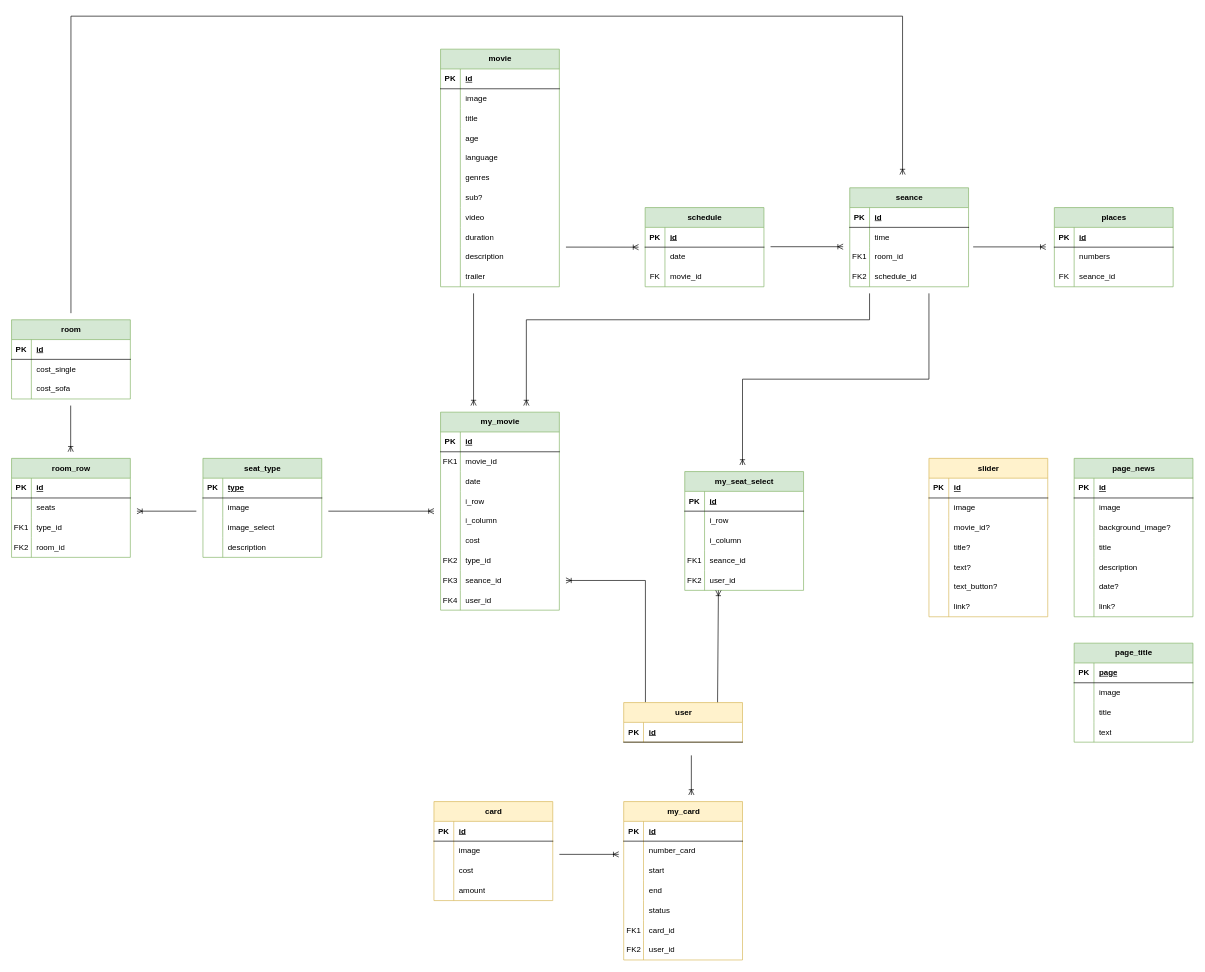
Above: backend/Диаграмма классов.drawio in DeeMooR/Silver-Screen (draw.io), before the change. Source tidied: cells renumbered, new cells numbered last; positions are measured from the earlier drawing's top-left corner, leaving out a move shared by most shapes. Both pictures are drawn from the tidied source at 66%, with x=0, y=0 at pixel (11, 16).
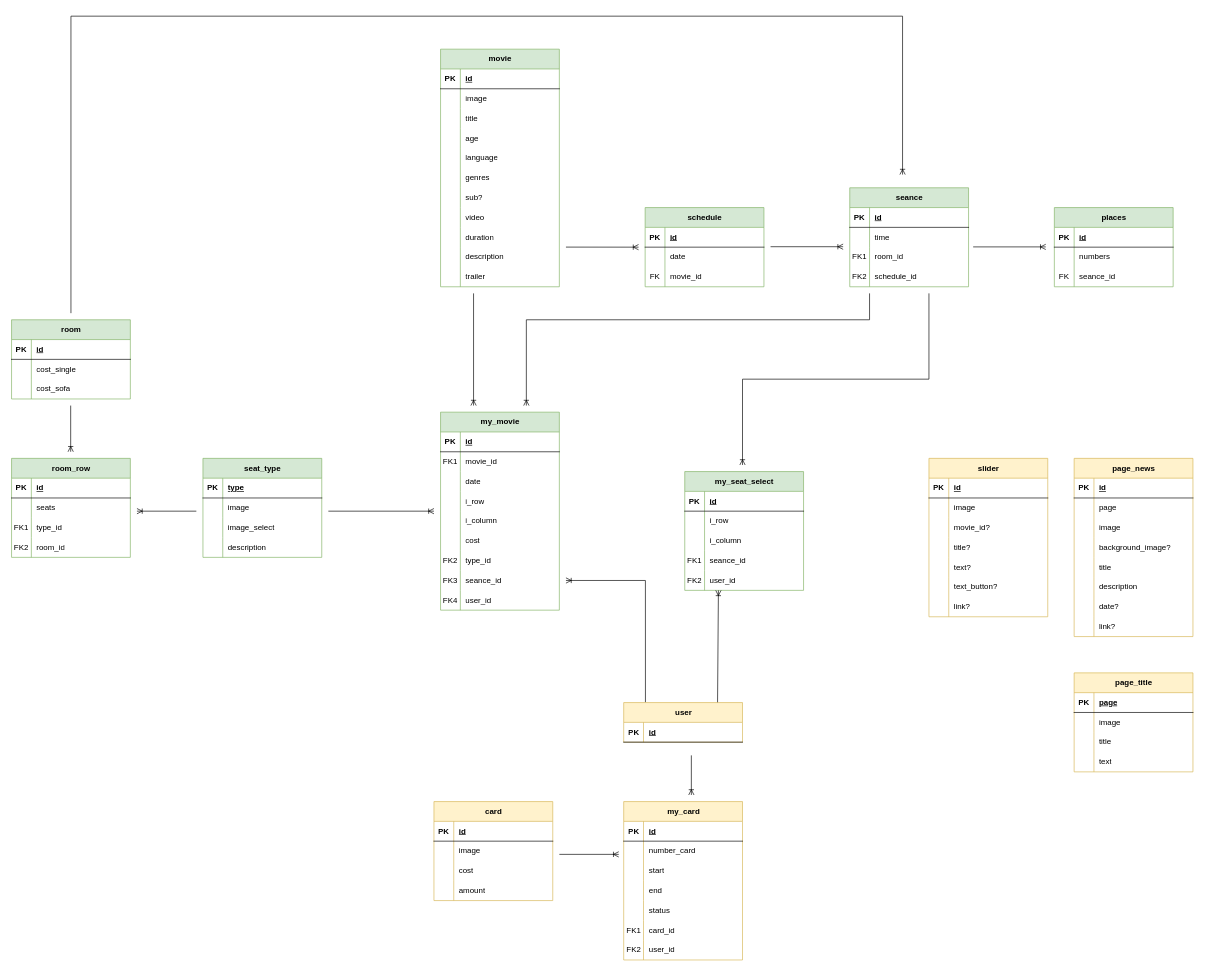
The same page after the edit.

Commit message (it also covers changes not shown here):
created news in store; changed receiving and displaying news

Unchanged cells that the change refers to:
```xml
<mxCell id="102" style="shape=tableRow;horizontal=0;startSize=0;swimlaneHead=0;swimlaneBody=0;fillColor=none;top=0;left=0;right=0;bottom=0;" parent="98" vertex="1">
  <mxGeometry y="60" width="180" height="30" as="geometry" />
</mxCell>
```

Diff of the diagram source:
```diff
@@
-    <mxCell id="98" value="page_news" style="shape=table;startSize=30;childLayout=tableLayout;rowLines=0;fontStyle=1;align=center;html=1;fillColor=#d5e8d4;strokeColor=#82b366;" parent="1" vertex="1">
-      <mxGeometry x="1610" y="670" width="180" height="240" as="geometry" />
+    <mxCell id="98" value="page_news" style="shape=table;startSize=30;childLayout=tableLayout;rowLines=0;fontStyle=1;align=center;html=1;fillColor=#fff2cc;strokeColor=#d6b656;" parent="1" vertex="1">
+      <mxGeometry x="1610" y="670" width="180" height="270" as="geometry" />
     </mxCell>
@@
-    <mxCell id="104" value="image" style="shape=partialRectangle;fillColor=none;top=0;left=0;bottom=0;right=0;align=left;spacingLeft=6;overflow=hidden;whiteSpace=wrap;html=1;" parent="102" vertex="1">
+    <mxCell id="104" value="page" style="shape=partialRectangle;fillColor=none;top=0;left=0;bottom=0;right=0;align=left;spacingLeft=6;overflow=hidden;whiteSpace=wrap;html=1;" parent="102" vertex="1">
       <mxGeometry x="30" width="150" height="30" as="geometry" />
     </mxCell>
+    <mxCell id="259" style="shape=tableRow;horizontal=0;startSize=0;swimlaneHead=0;swimlaneBody=0;fillColor=none;top=0;left=0;right=0;bottom=0;" parent="98" vertex="1">
+      <mxGeometry y="90" width="180" height="30" as="geometry" />
+    </mxCell>
+    <mxCell id="260" style="shape=partialRectangle;fillColor=none;top=0;left=0;bottom=0;right=0;overflow=hidden;whiteSpace=wrap;html=1;" parent="259" vertex="1">
+      <mxGeometry width="30" height="30" as="geometry" />
+    </mxCell>
+    <mxCell id="261" value="image" style="shape=partialRectangle;fillColor=none;top=0;left=0;bottom=0;right=0;align=left;spacingLeft=6;overflow=hidden;whiteSpace=wrap;html=1;" parent="259" vertex="1">
+      <mxGeometry x="30" width="150" height="30" as="geometry" />
+    </mxCell>
     <mxCell id="105" style="shape=tableRow;horizontal=0;startSize=0;swimlaneHead=0;swimlaneBody=0;fillColor=none;top=0;left=0;right=0;bottom=0;" parent="98" vertex="1">
-      <mxGeometry y="90" width="180" height="30" as="geometry" />
+      <mxGeometry y="120" width="180" height="30" as="geometry" />
     </mxCell>
@@
     <mxCell id="108" style="shape=tableRow;horizontal=0;startSize=0;swimlaneHead=0;swimlaneBody=0;fillColor=none;top=0;left=0;right=0;bottom=0;" parent="98" vertex="1">
-      <mxGeometry y="120" width="180" height="30" as="geometry" />
+      <mxGeometry y="150" width="180" height="30" as="geometry" />
     </mxCell>
@@
     <mxCell id="111" style="shape=tableRow;horizontal=0;startSize=0;swimlaneHead=0;swimlaneBody=0;fillColor=none;top=0;left=0;right=0;bottom=0;" parent="98" vertex="1">
-      <mxGeometry y="150" width="180" height="30" as="geometry" />
+      <mxGeometry y="180" width="180" height="30" as="geometry" />
     </mxCell>
@@
     <mxCell id="114" style="shape=tableRow;horizontal=0;startSize=0;swimlaneHead=0;swimlaneBody=0;fillColor=none;top=0;left=0;right=0;bottom=0;" parent="98" vertex="1">
-      <mxGeometry y="180" width="180" height="30" as="geometry" />
+      <mxGeometry y="210" width="180" height="30" as="geometry" />
     </mxCell>
@@
     <mxCell id="117" style="shape=tableRow;horizontal=0;startSize=0;swimlaneHead=0;swimlaneBody=0;fillColor=none;top=0;left=0;right=0;bottom=0;" parent="98" vertex="1">
-      <mxGeometry y="210" width="180" height="30" as="geometry" />
+      <mxGeometry y="240" width="180" height="30" as="geometry" />
     </mxCell>
@@
-    <mxCell id="120" value="page_title" style="shape=table;startSize=30;childLayout=tableLayout;rowLines=0;fontStyle=1;align=center;html=1;fillColor=#d5e8d4;strokeColor=#82b366;" parent="1" vertex="1">
-      <mxGeometry x="1610" y="950" width="180" height="150" as="geometry" />
+    <mxCell id="120" value="page_title" style="shape=table;startSize=30;childLayout=tableLayout;rowLines=0;fontStyle=1;align=center;html=1;fillColor=#fff2cc;strokeColor=#d6b656;" parent="1" vertex="1">
+      <mxGeometry x="1610" y="995" width="180" height="150" as="geometry" />
     </mxCell>
```
